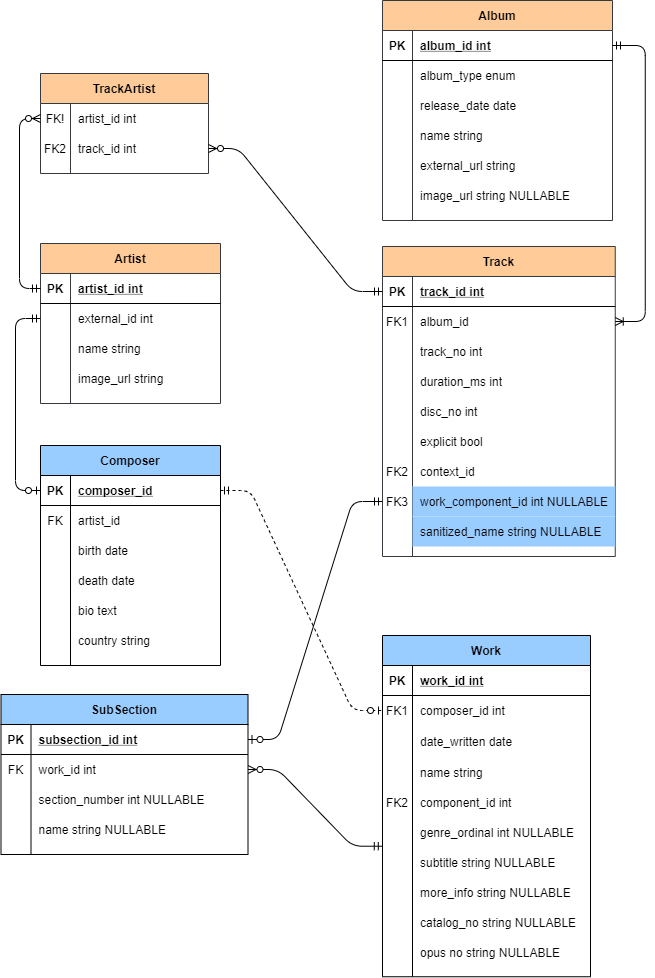
Before: docs/spotify_opus_erd.png, a diagram exported from draw.io (james-menzies/spotify_opus). Source tidied: cells renumbered, new cells last; positions are measured from the earlier drawing's top-left corner, leaving out a move shared by most shapes.
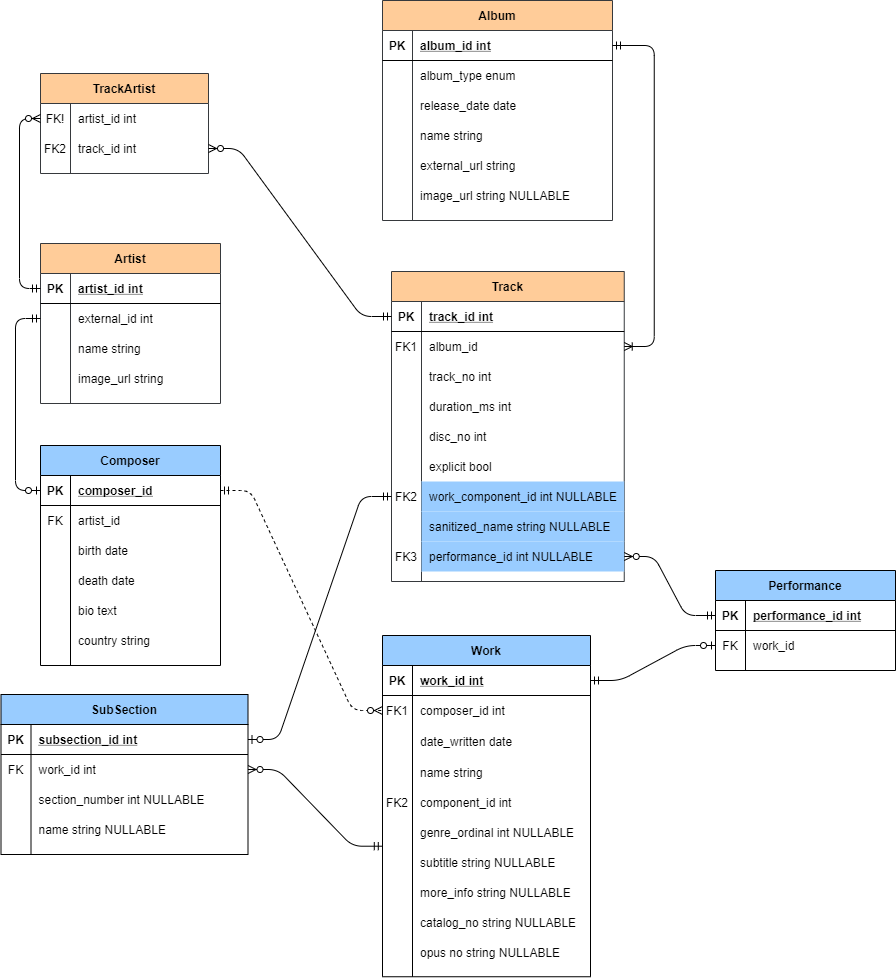
Later version of the same file.

Commit message:
erd tweaked

Change to the diagram source:
```diff
@@ -3,7 +3,7 @@
     <mxCell id="0" />
     <mxCell id="1" parent="0" />
     <mxCell id="2" value="Track" style="shape=table;startSize=30;rowLines=0;fontStyle=1;align=center;labelBackgroundColor=#ffcc99;fillColor=#ffcc99;strokeColor=#36393d;" parent="1" vertex="1">
-      <mxGeometry x="382" y="246" width="232.8" height="310" as="geometry" />
+      <mxGeometry x="391" y="271" width="232.8" height="310" as="geometry" />
     </mxCell>
     <mxCell id="3" style="shape=partialRectangle;fillColor=none;top=0;left=0;bottom=1;right=0;points=[[0,0.5],[1,0.5]];portConstraint=eastwest;labelBackgroundColor=none;" parent="2" vertex="1">
       <mxGeometry y="30" width="232.8" height="30" as="geometry" />
@@ -59,26 +59,17 @@
     <mxCell id="20" value="explicit bool" style="shape=partialRectangle;fillColor=none;top=0;left=0;bottom=0;right=0;align=left;spacingLeft=6;overflow=hidden;labelBackgroundColor=none;" parent="18" vertex="1">
       <mxGeometry x="30" width="202.8" height="30" as="geometry" />
     </mxCell>
-    <mxCell id="21" style="shape=partialRectangle;fillColor=none;top=0;left=0;bottom=0;right=0;labelBackgroundColor=none;" parent="2" vertex="1">
-      <mxGeometry y="210" width="232.8" height="30" as="geometry" />
-    </mxCell>
-    <mxCell id="22" value="FK2" style="shape=partialRectangle;fillColor=none;top=0;left=0;bottom=0;right=0;overflow=hidden;labelBackgroundColor=none;" parent="21" vertex="1">
-      <mxGeometry width="30" height="30" as="geometry" />
-    </mxCell>
-    <mxCell id="23" value="context_id" style="shape=partialRectangle;fillColor=none;top=0;left=0;bottom=0;right=0;align=left;spacingLeft=6;overflow=hidden;labelBackgroundColor=none;" parent="21" vertex="1">
-      <mxGeometry x="30" width="202.8" height="30" as="geometry" />
-    </mxCell>
     <mxCell id="24" style="shape=partialRectangle;top=0;left=0;bottom=0;right=0;points=[[0,0.5],[1,0.5]];portConstraint=eastwest;labelBackgroundColor=none;fillColor=none;" parent="2" vertex="1">
-      <mxGeometry y="240" width="232.8" height="30" as="geometry" />
+      <mxGeometry y="210" width="232.8" height="30" as="geometry" />
     </mxCell>
-    <mxCell id="25" value="FK3" style="shape=partialRectangle;fillColor=none;top=0;left=0;bottom=0;right=0;overflow=hidden;labelBackgroundColor=none;" parent="24" vertex="1">
+    <mxCell id="25" value="FK2" style="shape=partialRectangle;fillColor=none;top=0;left=0;bottom=0;right=0;overflow=hidden;labelBackgroundColor=none;" parent="24" vertex="1">
       <mxGeometry width="30" height="30" as="geometry" />
     </mxCell>
     <mxCell id="26" value="work_component_id int NULLABLE" style="shape=partialRectangle;top=0;left=0;bottom=0;right=0;align=left;spacingLeft=6;overflow=hidden;labelBackgroundColor=none;fillColor=#99CCFF;" parent="24" vertex="1">
       <mxGeometry x="30" width="202.8" height="30" as="geometry" />
     </mxCell>
     <mxCell id="27" style="shape=partialRectangle;top=0;left=0;bottom=0;right=0;labelBackgroundColor=none;fillColor=none;" parent="2" vertex="1">
-      <mxGeometry y="270" width="232.8" height="30" as="geometry" />
+      <mxGeometry y="240" width="232.8" height="30" as="geometry" />
     </mxCell>
     <mxCell id="28" style="shape=partialRectangle;fillColor=none;top=0;left=0;bottom=0;right=0;overflow=hidden;labelBackgroundColor=none;" parent="27" vertex="1">
       <mxGeometry width="30" height="30" as="geometry" />
@@ -86,6 +77,15 @@
     <mxCell id="29" value="sanitized_name string NULLABLE" style="shape=partialRectangle;top=0;left=0;bottom=0;right=0;align=left;spacingLeft=6;overflow=hidden;labelBackgroundColor=none;fillColor=#99CCFF;" parent="27" vertex="1">
       <mxGeometry x="30" width="202.8" height="30" as="geometry" />
     </mxCell>
+    <mxCell id="139" style="shape=partialRectangle;top=0;left=0;bottom=0;right=0;points=[[0,0.5],[1,0.5]];portConstraint=eastwest;labelBackgroundColor=none;fillColor=none;" parent="2" vertex="1">
+      <mxGeometry y="270" width="232.8" height="30" as="geometry" />
+    </mxCell>
+    <mxCell id="140" value="FK3" style="shape=partialRectangle;fillColor=none;top=0;left=0;bottom=0;right=0;overflow=hidden;labelBackgroundColor=none;" parent="139" vertex="1">
+      <mxGeometry width="30" height="30" as="geometry" />
+    </mxCell>
+    <mxCell id="141" value="performance_id int NULLABLE" style="shape=partialRectangle;top=0;left=0;bottom=0;right=0;align=left;spacingLeft=6;overflow=hidden;labelBackgroundColor=none;fillColor=#99CCFF;" parent="139" vertex="1">
+      <mxGeometry x="30" width="202.8" height="30" as="geometry" />
+    </mxCell>
     <mxCell id="30" value="Album" style="shape=table;startSize=30;rowLines=0;fontStyle=1;align=center;labelBackgroundColor=none;fillColor=#ffcc99;strokeColor=#36393d;" parent="1" vertex="1">
       <mxGeometry x="382" width="230" height="220" as="geometry" />
     </mxCell>
@@ -296,7 +296,7 @@
     <mxCell id="99" value="opus no string NULLABLE" style="shape=partialRectangle;fillColor=none;top=0;left=0;bottom=0;right=0;align=left;spacingLeft=6;overflow=hidden;" parent="97" vertex="1">
       <mxGeometry x="30" width="178" height="30" as="geometry" />
     </mxCell>
-    <mxCell id="100" style="edgeStyle=entityRelationEdgeStyle;fontSize=12;html=1;endArrow=ERzeroToOne;startArrow=ERmandOne;entryX=0;entryY=0.5;entryDx=0;entryDy=0;exitX=1;exitY=0.5;exitDx=0;exitDy=0;noLabel=1;fontColor=none;labelBorderColor=none;labelBackgroundColor=none;dashed=1;" parent="1" edge="1" source="117" target="73">
+    <mxCell id="100" style="edgeStyle=entityRelationEdgeStyle;fontSize=12;html=1;endArrow=ERzeroToMany;startArrow=ERmandOne;entryX=0;entryY=0.5;entryDx=0;entryDy=0;exitX=1;exitY=0.5;exitDx=0;exitDy=0;noLabel=1;fontColor=none;labelBorderColor=none;labelBackgroundColor=none;dashed=1;endFill=1;" parent="1" edge="1" source="117" target="73">
       <mxGeometry relative="1" as="geometry" />
     </mxCell>
     <mxCell id="101" style="edgeStyle=entityRelationEdgeStyle;fontSize=12;html=1;endArrow=ERzeroToMany;startArrow=ERmandOne;exitX=-0.001;exitY=-0.043;exitDx=0;exitDy=0;exitPerimeter=0;entryX=1;entryY=0.5;entryDx=0;entryDy=0;" parent="1" edge="1" source="88" target="106">
@@ -421,5 +421,32 @@
     <mxCell id="138" style="edgeStyle=entityRelationEdgeStyle;fontSize=12;html=1;endArrow=ERoneToMany;startArrow=ERmandOne;exitX=1;exitY=0.5;exitDx=0;exitDy=0;" parent="1" edge="1" source="31" target="6">
       <mxGeometry relative="1" as="geometry" />
     </mxCell>
+    <mxCell id="142" value="Performance" style="shape=table;startSize=30;rowLines=0;fontStyle=1;align=center;fillColor=#99CCFF;" parent="1" vertex="1">
+      <mxGeometry x="715" y="570" width="180" height="100" as="geometry" />
+    </mxCell>
+    <mxCell id="143" style="shape=partialRectangle;fillColor=none;top=0;left=0;bottom=1;right=0;points=[[0,0.5],[1,0.5]];portConstraint=eastwest;" parent="142" vertex="1">
+      <mxGeometry y="30" width="180" height="30" as="geometry" />
+    </mxCell>
+    <mxCell id="144" value="PK" style="shape=partialRectangle;fillColor=none;top=0;left=0;bottom=0;right=0;fontStyle=1;overflow=hidden;" parent="143" vertex="1">
+      <mxGeometry width="30" height="30" as="geometry" />
+    </mxCell>
+    <mxCell id="145" value="performance_id int" style="shape=partialRectangle;fillColor=none;top=0;left=0;bottom=0;right=0;align=left;spacingLeft=6;fontStyle=5;overflow=hidden;" parent="143" vertex="1">
+      <mxGeometry x="30" width="150" height="30" as="geometry" />
+    </mxCell>
+    <mxCell id="146" style="shape=partialRectangle;fillColor=none;top=0;left=0;bottom=0;right=0;points=[[0,0.5],[1,0.5]];portConstraint=eastwest;" parent="142" vertex="1">
+      <mxGeometry y="60" width="180" height="30" as="geometry" />
+    </mxCell>
+    <mxCell id="147" value="FK" style="shape=partialRectangle;fillColor=none;top=0;left=0;bottom=0;right=0;overflow=hidden;" parent="146" vertex="1">
+      <mxGeometry width="30" height="30" as="geometry" />
+    </mxCell>
+    <mxCell id="148" value="work_id" style="shape=partialRectangle;fillColor=none;top=0;left=0;bottom=0;right=0;align=left;spacingLeft=6;overflow=hidden;" parent="146" vertex="1">
+      <mxGeometry x="30" width="150" height="30" as="geometry" />
+    </mxCell>
+    <mxCell id="149" style="edgeStyle=entityRelationEdgeStyle;fontSize=12;html=1;endArrow=ERzeroToMany;startArrow=ERmandOne;exitX=0;exitY=0.5;exitDx=0;exitDy=0;entryX=1;entryY=0.5;entryDx=0;entryDy=0;" parent="1" edge="1" source="143" target="139">
+      <mxGeometry relative="1" as="geometry" />
+    </mxCell>
+    <mxCell id="150" style="edgeStyle=entityRelationEdgeStyle;fontSize=12;html=1;endArrow=ERzeroToOne;startArrow=ERmandOne;entryX=0;entryY=0.5;entryDx=0;entryDy=0;" parent="1" edge="1" source="70" target="146">
+      <mxGeometry relative="1" as="geometry" />
+    </mxCell>
   </root>
 </mxGraphModel>
```
